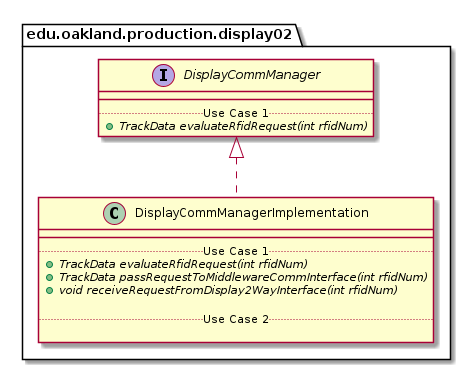
This is docs/uml-class-diagrams/display02/production/DisplayCommManagerImplementation/DisplayCommManagerImplementation_DirectDependencies.png from andrewdimmer/csi-3370-software-project, a PlantUML export, as it was before one commit.
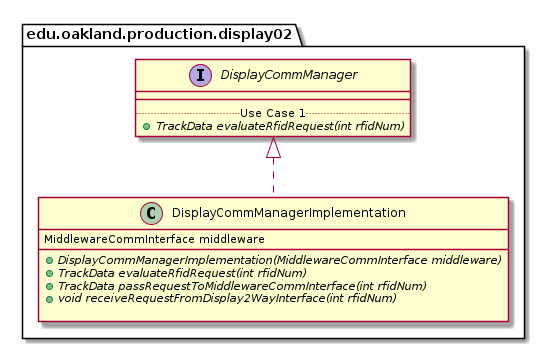
Above is the later version.

What changed in the source:
```diff
@@ -3,13 +3,12 @@
 
 package edu.oakland.production.display02 {
     class DisplayCommManagerImplementation {
+        MiddlewareCommInterface middleware
         __
-        .. Use Case 1 ..
+        {abstract} + DisplayCommManagerImplementation(MiddlewareCommInterface middleware)
         {abstract} + TrackData evaluateRfidRequest(int rfidNum)
         {abstract} + TrackData passRequestToMiddlewareCommInterface(int rfidNum)
         {abstract} + void receiveRequestFromDisplay2WayInterface(int rfidNum)
-
-        .. Use Case 2 ..
 
     }
 }
```
